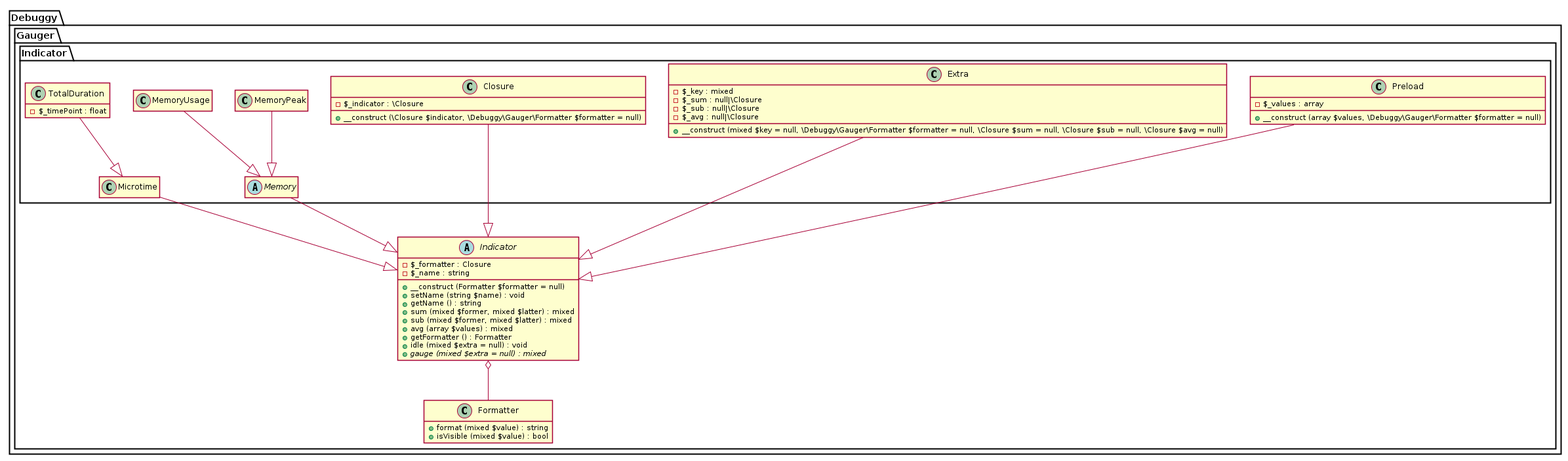
Earlier version of the PlantUML export uml/plantuml/indicators.png (dnsl48/gauger).
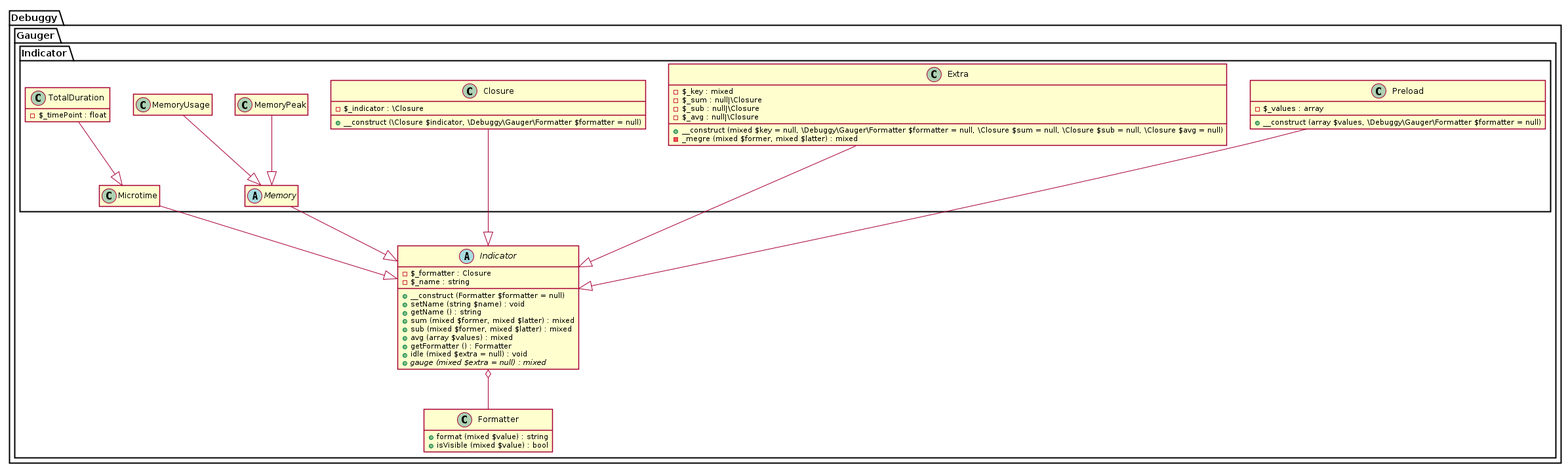
Above is the later version.

Diff of the diagram source:
```diff
@@ -69,6 +69,7 @@
 				- $_sub : null|\Closure
 				- $_avg : null|\Closure
 				+ __construct (mixed $key = null, \Debuggy\Gauger\Formatter $formatter = null, \Closure $sum = null, \Closure $sub = null, \Closure $avg = null)
+				- _megre (mixed $former, mixed $latter) : mixed
 			}
 
 			Extra --|> .Gauger._Indicator
```
